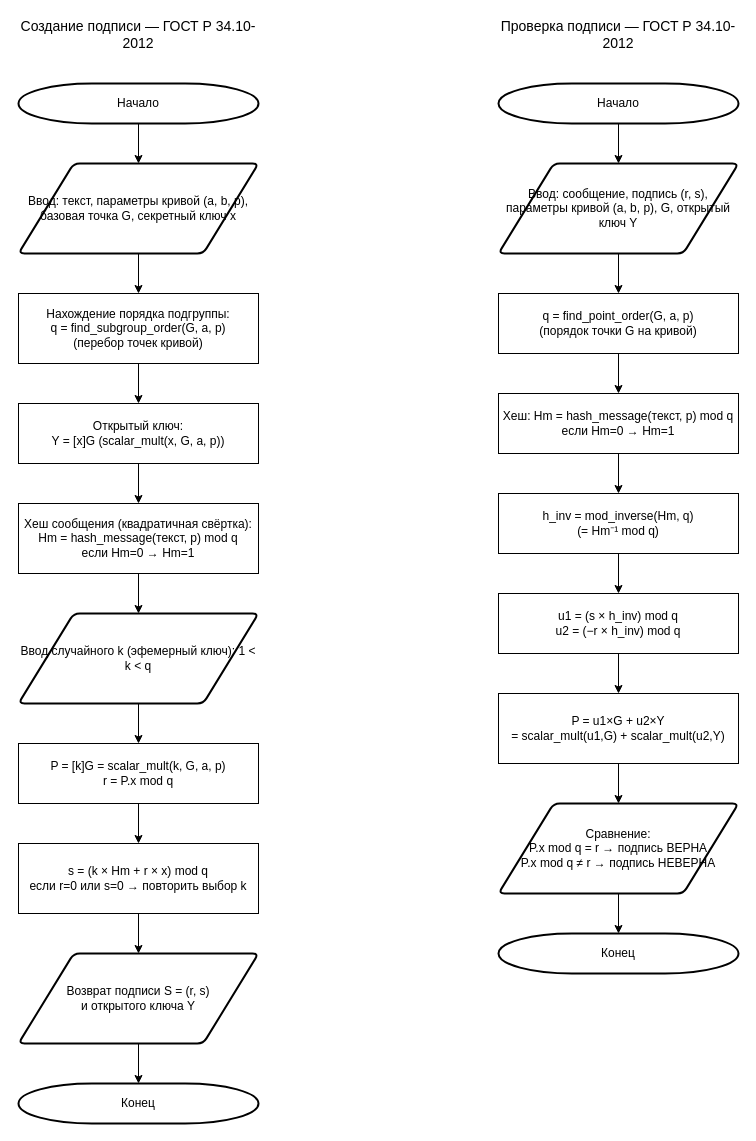
Laincetta/mospolytech-cryptography keeps this draw.io diagram as gost2012_diagram.drawio. Above is the earlier version. Source tidied: cells renumbered, new cells numbered last; positions are measured from the earlier drawing's top-left corner, leaving out a move shared by most shapes. Both pictures are drawn from the tidied source at 100%, with x=0, y=0 at pixel (18, 24).
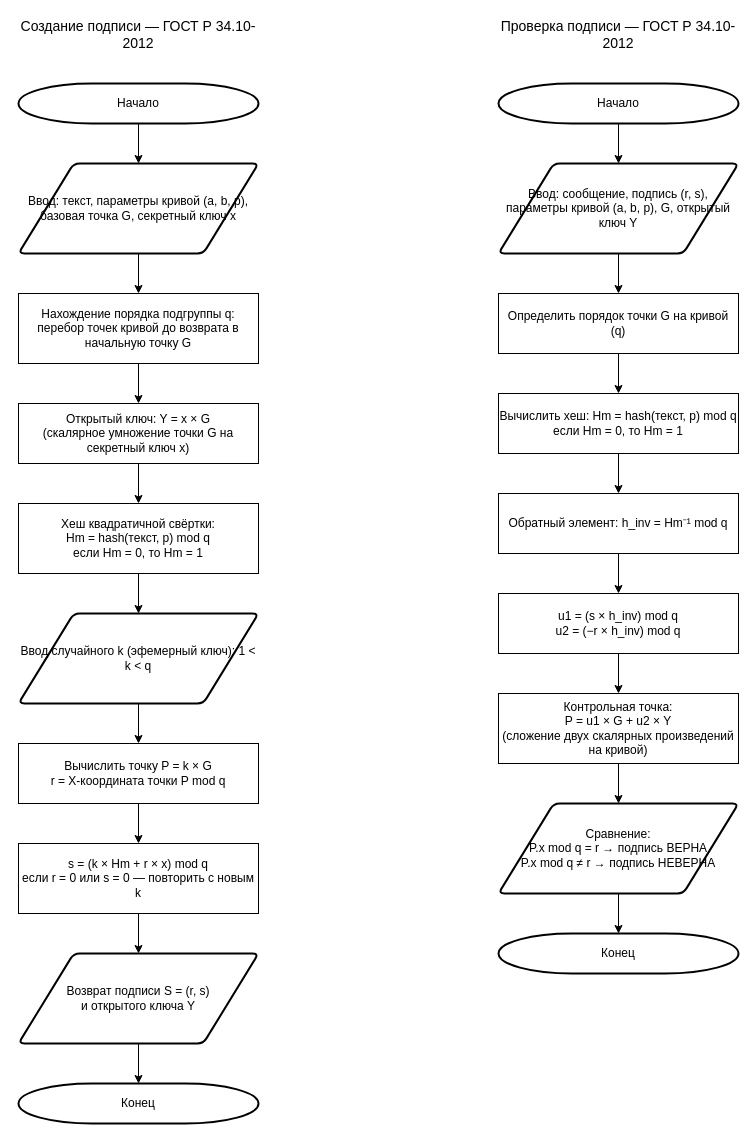
Above is the later version.

What changed in the source:
```diff
@@
-    <mxCell id="5" value="Нахождение порядка подгруппы:&#10;q = find_subgroup_order(G, a, p)&#10;(перебор точек кривой)" style="rounded=0;whiteSpace=wrap;html=1;" parent="1" vertex="1">
+    <mxCell id="5" value="Нахождение порядка подгруппы q:&#10;перебор точек кривой до возврата в начальную точку G" style="rounded=0;whiteSpace=wrap;html=1;" parent="1" vertex="1">
       <mxGeometry y="269" width="240" height="70" as="geometry" />
     </mxCell>
-    <mxCell id="6" value="Открытый ключ:&#10;Y = [x]G (scalar_mult(x, G, a, p))" style="rounded=0;whiteSpace=wrap;html=1;" parent="1" vertex="1">
+    <mxCell id="6" value="Открытый ключ: Y = x × G&#10;(скалярное умножение точки G на секретный ключ x)" style="rounded=0;whiteSpace=wrap;html=1;" parent="1" vertex="1">
       <mxGeometry y="379" width="240" height="60" as="geometry" />
     </mxCell>
-    <mxCell id="7" value="Хеш сообщения (квадратичная свёртка):&#10;Hm = hash_message(текст, p) mod q&#10;если Hm=0 → Hm=1" style="rounded=0;whiteSpace=wrap;html=1;" parent="1" vertex="1">
+    <mxCell id="7" value="Хеш квадратичной свёртки:&#10;Hm = hash(текст, p) mod q&#10;если Hm = 0, то Hm = 1" style="rounded=0;whiteSpace=wrap;html=1;" parent="1" vertex="1">
       <mxGeometry y="479" width="240" height="70" as="geometry" />
     </mxCell>
@@
-    <mxCell id="9" value="P = [k]G = scalar_mult(k, G, a, p)&#10;r = P.x mod q" style="rounded=0;whiteSpace=wrap;html=1;" parent="1" vertex="1">
+    <mxCell id="9" value="Вычислить точку P = k × G&#10;r = X-координата точки P mod q" style="rounded=0;whiteSpace=wrap;html=1;" parent="1" vertex="1">
       <mxGeometry y="719" width="240" height="60" as="geometry" />
     </mxCell>
-    <mxCell id="10" value="s = (k × Hm + r × x) mod q&#10;если r=0 или s=0 → повторить выбор k" style="rounded=0;whiteSpace=wrap;html=1;" parent="1" vertex="1">
+    <mxCell id="10" value="s = (k × Hm + r × x) mod q&#10;если r = 0 или s = 0 — повторить с новым k" style="rounded=0;whiteSpace=wrap;html=1;" parent="1" vertex="1">
       <mxGeometry y="819" width="240" height="70" as="geometry" />
     </mxCell>
@@
-    <mxCell id="25" value="q = find_point_order(G, a, p)&#10;(порядок точки G на кривой)" style="rounded=0;whiteSpace=wrap;html=1;" parent="1" vertex="1">
+    <mxCell id="25" value="Определить порядок точки G на кривой (q)" style="rounded=0;whiteSpace=wrap;html=1;" parent="1" vertex="1">
       <mxGeometry x="480" y="269" width="240" height="60" as="geometry" />
     </mxCell>
-    <mxCell id="26" value="Хеш: Hm = hash_message(текст, p) mod q&#10;если Hm=0 → Hm=1" style="rounded=0;whiteSpace=wrap;html=1;" parent="1" vertex="1">
+    <mxCell id="26" value="Вычислить хеш: Hm = hash(текст, p) mod q&#10;если Hm = 0, то Hm = 1" style="rounded=0;whiteSpace=wrap;html=1;" parent="1" vertex="1">
       <mxGeometry x="480" y="369" width="240" height="60" as="geometry" />
     </mxCell>
-    <mxCell id="27" value="h_inv = mod_inverse(Hm, q)&#10;(= Hm⁻¹ mod q)" style="rounded=0;whiteSpace=wrap;html=1;" parent="1" vertex="1">
+    <mxCell id="27" value="Обратный элемент: h_inv = Hm⁻¹ mod q" style="rounded=0;whiteSpace=wrap;html=1;" parent="1" vertex="1">
       <mxGeometry x="480" y="469" width="240" height="60" as="geometry" />
     </mxCell>
@@
-    <mxCell id="29" value="P = u1×G + u2×Y&#10;= scalar_mult(u1,G) + scalar_mult(u2,Y)" style="rounded=0;whiteSpace=wrap;html=1;" parent="1" vertex="1">
+    <mxCell id="29" value="Контрольная точка:&#10;P = u1 × G + u2 × Y&#10;(сложение двух скалярных произведений на кривой)" style="rounded=0;whiteSpace=wrap;html=1;" parent="1" vertex="1">
       <mxGeometry x="480" y="669" width="240" height="70" as="geometry" />
     </mxCell>
```
